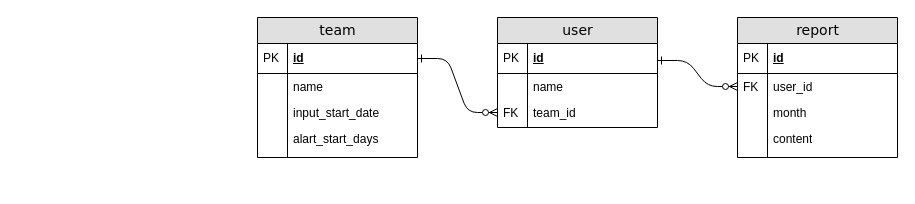
Earlier version of the draw.io diagram docs/ER.drawio (rexiaxm7/practice-spring-boot-api). Source tidied: cells renumbered, new cells numbered last; positions are measured from the earlier drawing's top-left corner, leaving out a move shared by most shapes. Both pictures are drawn from the tidied source at 100%, with x=0, y=0 at pixel (257, 17).
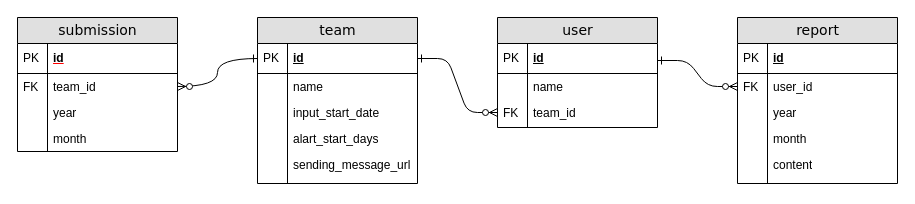
After the change.

The change refers to these unchanged cells:
```xml
<mxCell id="21" value="id" style="shape=partialRectangle;top=0;left=0;right=0;bottom=1;html=1;align=left;verticalAlign=middle;fillColor=none;spacingLeft=34;spacingRight=4;whiteSpace=wrap;overflow=hidden;points=[[0,0.5],[1,0.5]];portConstraint=eastwest;fontStyle=5;" parent="20" vertex="1">
  <mxGeometry y="26" width="160" height="30" as="geometry" />
</mxCell>
```

Change to the diagram source:
```diff
@@
     <mxCell id="2" value="report" style="swimlane;html=1;fontStyle=0;horizontal=1;startSize=26;fillColor=#e0e0e0;swimlaneFillColor=#ffffff;align=center;rounded=0;shadow=0;comic=0;labelBackgroundColor=none;strokeWidth=1;fontFamily=Verdana;fontSize=14;" parent="1" vertex="1">
-      <mxGeometry x="480" width="160" height="140" as="geometry" />
+      <mxGeometry x="480" width="160" height="166" as="geometry" />
     </mxCell>
@@
+    <mxCell id="31" value="&lt;font color=&quot;#000000&quot;&gt;year&lt;/font&gt;" style="shape=partialRectangle;top=0;left=0;right=0;bottom=0;html=1;align=left;verticalAlign=top;fillColor=none;spacingLeft=34;spacingRight=4;whiteSpace=wrap;overflow=hidden;fontColor=#FF0000;" parent="2" vertex="1">
+      <mxGeometry y="82" width="160" height="26" as="geometry" />
+    </mxCell>
+    <mxCell id="32" style="shape=partialRectangle;top=0;left=0;bottom=0;html=1;fillColor=none;align=left;verticalAlign=top;spacingLeft=4;spacingRight=4;whiteSpace=wrap;overflow=hidden;" parent="31" vertex="1">
+      <mxGeometry width="30" height="26" as="geometry" />
+    </mxCell>
     <mxCell id="7" value="month" style="shape=partialRectangle;top=0;left=0;right=0;bottom=0;html=1;align=left;verticalAlign=top;fillColor=none;spacingLeft=34;spacingRight=4;whiteSpace=wrap;overflow=hidden;" parent="2" vertex="1">
-      <mxGeometry y="82" width="160" height="26" as="geometry" />
+      <mxGeometry y="108" width="160" height="26" as="geometry" />
     </mxCell>
@@
     <mxCell id="9" value="content" style="shape=partialRectangle;top=0;left=0;right=0;bottom=0;html=1;align=left;verticalAlign=top;fillColor=none;spacingLeft=34;spacingRight=4;whiteSpace=wrap;overflow=hidden;" parent="2" vertex="1">
-      <mxGeometry y="108" width="160" height="32" as="geometry" />
+      <mxGeometry y="134" width="160" height="32" as="geometry" />
     </mxCell>
@@
     <mxCell id="20" value="team" style="swimlane;html=1;fontStyle=0;horizontal=1;startSize=26;fillColor=#e0e0e0;swimlaneFillColor=#ffffff;align=center;rounded=0;shadow=0;comic=0;labelBackgroundColor=none;strokeWidth=1;fontFamily=Verdana;fontSize=14;" parent="1" vertex="1">
-      <mxGeometry width="160" height="140" as="geometry" />
+      <mxGeometry width="160" height="166" as="geometry" />
     </mxCell>
@@
+    <mxCell id="33" value="alart_start_days" style="shape=partialRectangle;top=0;left=0;right=0;bottom=0;html=1;align=left;verticalAlign=top;fillColor=none;spacingLeft=34;spacingRight=4;whiteSpace=wrap;overflow=hidden;" parent="20" vertex="1">
+      <mxGeometry y="108" width="160" height="26" as="geometry" />
+    </mxCell>
+    <mxCell id="34" style="shape=partialRectangle;top=0;left=0;bottom=0;html=1;fillColor=none;align=left;verticalAlign=top;spacingLeft=4;spacingRight=4;whiteSpace=wrap;overflow=hidden;" parent="33" vertex="1">
+      <mxGeometry width="30" height="26" as="geometry" />
+    </mxCell>
-    <mxCell id="27" value="alart_start_days" style="shape=partialRectangle;top=0;left=0;right=0;bottom=0;html=1;align=left;verticalAlign=top;fillColor=none;spacingLeft=34;spacingRight=4;whiteSpace=wrap;overflow=hidden;" parent="20" vertex="1">
-      <mxGeometry y="108" width="160" height="32" as="geometry" />
+    <mxCell id="27" value="&lt;font color=&quot;#000000&quot;&gt;sending_message_url&lt;/font&gt;" style="shape=partialRectangle;top=0;left=0;right=0;bottom=0;html=1;align=left;verticalAlign=top;fillColor=none;spacingLeft=34;spacingRight=4;whiteSpace=wrap;overflow=hidden;fontColor=#FF0000;" parent="20" vertex="1">
+      <mxGeometry y="134" width="160" height="32" as="geometry" />
     </mxCell>
@@
+    <mxCell id="35" style="edgeStyle=orthogonalEdgeStyle;rounded=0;jettySize=auto;html=1;entryX=1;entryY=0.5;entryDx=0;entryDy=0;startArrow=ERone;startFill=0;endArrow=ERzeroToMany;endFill=1;curved=1;" parent="1" edge="1" source="21" target="39">
+      <mxGeometry relative="1" as="geometry" />
+    </mxCell>
+    <mxCell id="36" value="&lt;font color=&quot;#000000&quot;&gt;submission&lt;/font&gt;" style="swimlane;html=1;fontStyle=0;horizontal=1;startSize=26;fillColor=#e0e0e0;swimlaneFillColor=#ffffff;align=center;rounded=0;shadow=0;comic=0;labelBackgroundColor=none;strokeWidth=1;fontFamily=Verdana;fontSize=14;fontColor=#FF0000;" parent="1" vertex="1">
+      <mxGeometry x="-240" width="160" height="134" as="geometry" />
+    </mxCell>
+    <mxCell id="37" value="&lt;font color=&quot;#000000&quot;&gt;id&lt;/font&gt;" style="shape=partialRectangle;top=0;left=0;right=0;bottom=1;html=1;align=left;verticalAlign=middle;fillColor=none;spacingLeft=34;spacingRight=4;whiteSpace=wrap;overflow=hidden;fontStyle=5;fontColor=#FF0000;" parent="36" vertex="1">
+      <mxGeometry y="26" width="160" height="30" as="geometry" />
+    </mxCell>
+    <mxCell id="38" value="PK" style="shape=partialRectangle;top=0;left=0;bottom=0;html=1;fillColor=none;align=left;verticalAlign=middle;spacingLeft=4;spacingRight=4;whiteSpace=wrap;overflow=hidden;" parent="37" vertex="1">
+      <mxGeometry width="30" height="30" as="geometry" />
+    </mxCell>
+    <mxCell id="39" value="&lt;font color=&quot;#000000&quot;&gt;team_id&lt;/font&gt;" style="shape=partialRectangle;top=0;left=0;right=0;bottom=0;html=1;align=left;verticalAlign=top;fillColor=none;spacingLeft=34;spacingRight=4;whiteSpace=wrap;overflow=hidden;points=[[0,0.5],[1,0.5]];portConstraint=eastwest;fontColor=#FF0000;" parent="36" vertex="1">
+      <mxGeometry y="56" width="160" height="26" as="geometry" />
+    </mxCell>
+    <mxCell id="40" value="FK" style="shape=partialRectangle;top=0;left=0;bottom=0;html=1;fillColor=none;align=left;verticalAlign=top;spacingLeft=4;spacingRight=4;whiteSpace=wrap;overflow=hidden;" parent="39" vertex="1">
+      <mxGeometry width="30" height="26" as="geometry" />
+    </mxCell>
+    <mxCell id="41" value="&lt;font color=&quot;#000000&quot;&gt;year&lt;/font&gt;" style="shape=partialRectangle;top=0;left=0;right=0;bottom=0;html=1;align=left;verticalAlign=top;fillColor=none;spacingLeft=34;spacingRight=4;whiteSpace=wrap;overflow=hidden;fontColor=#FF0000;" parent="36" vertex="1">
+      <mxGeometry y="82" width="160" height="26" as="geometry" />
+    </mxCell>
+    <mxCell id="42" style="shape=partialRectangle;top=0;left=0;bottom=0;html=1;fillColor=none;align=left;verticalAlign=top;spacingLeft=4;spacingRight=4;whiteSpace=wrap;overflow=hidden;" parent="41" vertex="1">
+      <mxGeometry width="30" height="26" as="geometry" />
+    </mxCell>
+    <mxCell id="43" value="&lt;font color=&quot;#000000&quot;&gt;month&lt;/font&gt;" style="shape=partialRectangle;top=0;left=0;right=0;bottom=0;html=1;align=left;verticalAlign=top;fillColor=none;spacingLeft=34;spacingRight=4;whiteSpace=wrap;overflow=hidden;fontColor=#FF0000;" parent="36" vertex="1">
+      <mxGeometry y="108" width="160" height="26" as="geometry" />
+    </mxCell>
+    <mxCell id="44" style="shape=partialRectangle;top=0;left=0;bottom=0;html=1;fillColor=none;align=left;verticalAlign=top;spacingLeft=4;spacingRight=4;whiteSpace=wrap;overflow=hidden;" parent="43" vertex="1">
+      <mxGeometry width="30" height="26" as="geometry" />
+    </mxCell>
```
